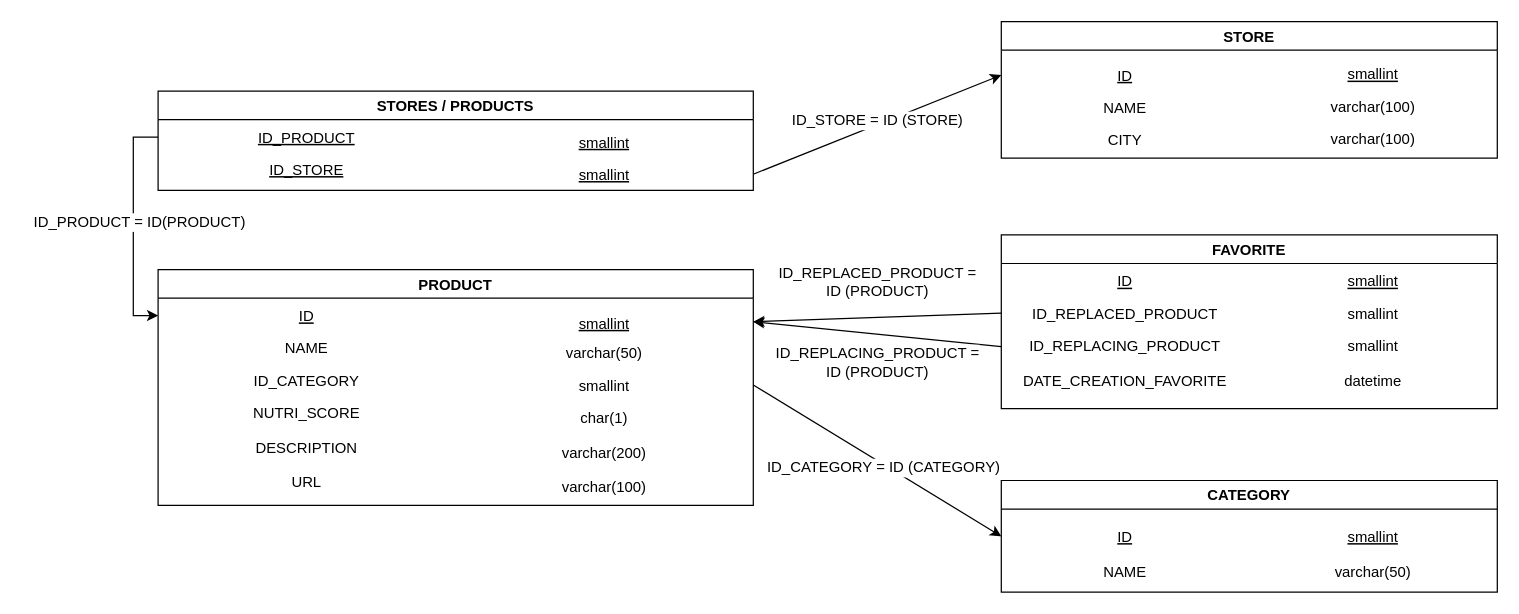
Earlier version of the draw.io diagram ModPhyBDD.drawio (vicsim181/Pur_Beurre). Source tidied: cells renumbered, new cells numbered last; positions are measured from the earlier drawing's top-left corner, leaving out a move shared by most shapes. Both pictures are drawn from the tidied source at 124%, with x=0, y=0 at pixel (21, 21).
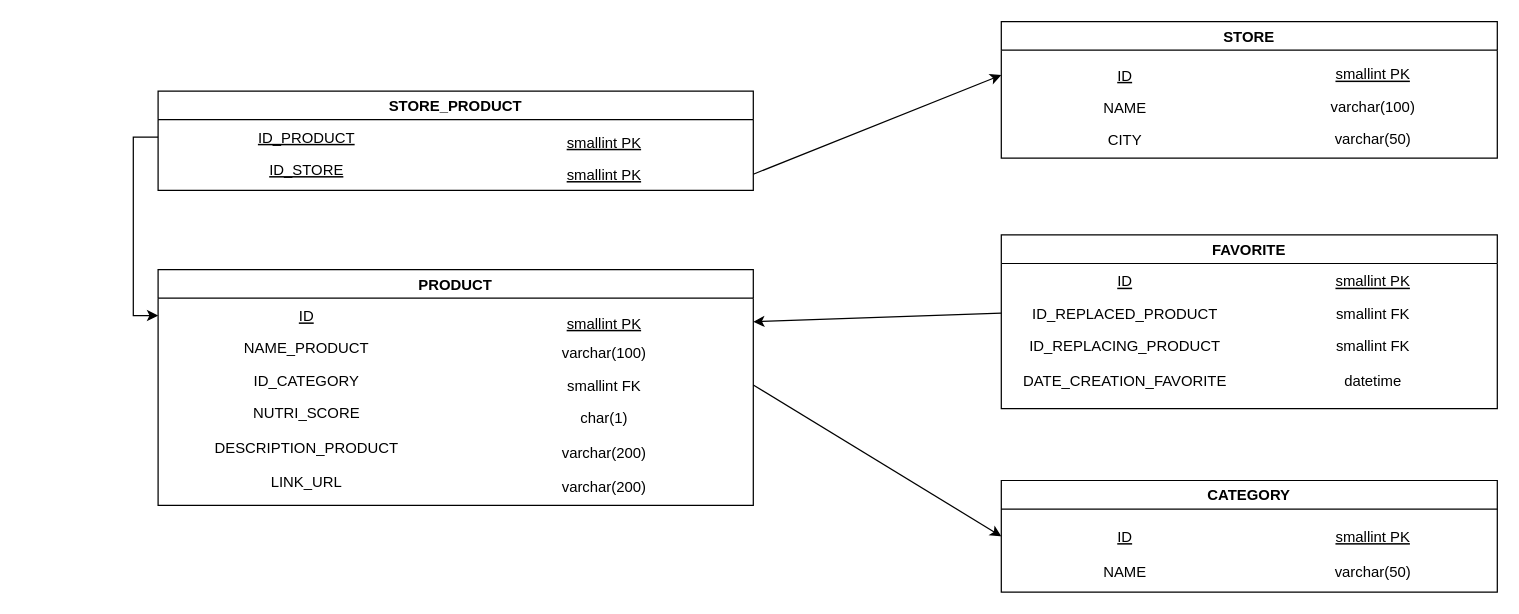
The same page after the edit.

The change refers to these unchanged cells:
```xml
<mxCell id="2" value="PRODUCT" style="swimlane;align=center;" parent="1" vertex="1">
  <mxGeometry x="110" y="200" width="480" height="190" as="geometry" />
</mxCell>
<mxCell id="9" value="CATEGORY" style="swimlane;" parent="1" vertex="1">
  <mxGeometry x="790" y="370" width="400" height="90" as="geometry" />
</mxCell>
<mxCell id="14" value="STORE" style="swimlane;" parent="1" vertex="1">
  <mxGeometry x="790" width="400" height="110" as="geometry" />
</mxCell>
<mxCell id="21" value="FAVORITE" style="swimlane;" parent="1" vertex="1">
  <mxGeometry x="790" y="172" width="400" height="140" as="geometry" />
</mxCell>
<mxCell id="22" value="ID_REPLACING_PRODUCT" style="text;strokeColor=none;fillColor=none;align=center;verticalAlign=top;spacingLeft=4;spacingRight=4;overflow=hidden;points=[[0,0.5],[1,0.5]];portConstraint=eastwest;fontStyle=0;" parent="21" vertex="1">
  <mxGeometry y="76" width="200" height="28" as="geometry" />
</mxCell>
```

Change to the diagram source:
```diff
@@
-    <mxCell id="3" value="NAME" style="text;strokeColor=none;fillColor=none;align=center;verticalAlign=top;spacingLeft=4;spacingRight=4;overflow=hidden;fontStyle=0;" parent="2" vertex="1">
+    <mxCell id="3" value="NAME_PRODUCT" style="text;strokeColor=none;fillColor=none;align=center;verticalAlign=top;spacingLeft=4;spacingRight=4;overflow=hidden;fontStyle=0;" parent="2" vertex="1">
       <mxGeometry y="50" width="240" height="26" as="geometry" />
     </mxCell>
@@
-    <mxCell id="7" value="DESCRIPTION" style="text;strokeColor=none;fillColor=none;align=center;verticalAlign=top;spacingLeft=4;spacingRight=4;overflow=hidden;fontStyle=0;" parent="2" vertex="1">
+    <mxCell id="7" value="DESCRIPTION_PRODUCT" style="text;strokeColor=none;fillColor=none;align=center;verticalAlign=top;spacingLeft=4;spacingRight=4;overflow=hidden;fontStyle=0;" parent="2" vertex="1">
       <mxGeometry y="130" width="240" height="28" as="geometry" />
     </mxCell>
-    <mxCell id="8" value="URL" style="text;strokeColor=none;fillColor=none;align=center;verticalAlign=top;spacingLeft=4;spacingRight=4;overflow=hidden;fontStyle=0;" parent="2" vertex="1">
+    <mxCell id="8" value="LINK_URL" style="text;strokeColor=none;fillColor=none;align=center;verticalAlign=top;spacingLeft=4;spacingRight=4;overflow=hidden;fontStyle=0;" parent="2" vertex="1">
       <mxGeometry y="158" width="240" height="28" as="geometry" />
     </mxCell>
@@
-    <mxCell id="13" value="smallint" style="text;strokeColor=none;fillColor=none;align=center;verticalAlign=top;spacingLeft=4;spacingRight=4;overflow=hidden;fontStyle=4;" parent="9" vertex="1">
+    <mxCell id="13" value="smallint PK" style="text;strokeColor=none;fillColor=none;align=center;verticalAlign=top;spacingLeft=4;spacingRight=4;overflow=hidden;fontStyle=4;" parent="9" vertex="1">
       <mxGeometry x="200" y="32" width="200" height="26" as="geometry" />
     </mxCell>
@@
-    <mxCell id="19" value="smallint" style="text;strokeColor=none;fillColor=none;align=center;verticalAlign=top;spacingLeft=4;spacingRight=4;overflow=hidden;fontStyle=4;" parent="14" vertex="1">
+    <mxCell id="19" value="smallint PK" style="text;strokeColor=none;fillColor=none;align=center;verticalAlign=top;spacingLeft=4;spacingRight=4;overflow=hidden;fontStyle=4;" parent="14" vertex="1">
       <mxGeometry x="200" y="29" width="200" height="26" as="geometry" />
     </mxCell>
-    <mxCell id="20" value="varchar(100)" style="text;strokeColor=none;fillColor=none;align=center;verticalAlign=top;spacingLeft=4;spacingRight=4;overflow=hidden;fontStyle=0;" parent="14" vertex="1">
+    <mxCell id="20" value="varchar(50)" style="text;strokeColor=none;fillColor=none;align=center;verticalAlign=top;spacingLeft=4;spacingRight=4;overflow=hidden;fontStyle=0;" parent="14" vertex="1">
       <mxGeometry x="200" y="81" width="200" height="28" as="geometry" />
     </mxCell>
@@
-    <mxCell id="26" value="smallint" style="text;strokeColor=none;fillColor=none;align=center;verticalAlign=top;spacingLeft=4;spacingRight=4;overflow=hidden;fontStyle=0;" parent="21" vertex="1">
+    <mxCell id="26" value="smallint FK" style="text;strokeColor=none;fillColor=none;align=center;verticalAlign=top;spacingLeft=4;spacingRight=4;overflow=hidden;fontStyle=0;" parent="21" vertex="1">
       <mxGeometry x="200" y="76" width="200" height="28" as="geometry" />
     </mxCell>
-    <mxCell id="27" value="smallint" style="text;strokeColor=none;fillColor=none;align=center;verticalAlign=top;spacingLeft=4;spacingRight=4;overflow=hidden;fontStyle=0;" parent="21" vertex="1">
+    <mxCell id="27" value="smallint FK" style="text;strokeColor=none;fillColor=none;align=center;verticalAlign=top;spacingLeft=4;spacingRight=4;overflow=hidden;fontStyle=0;" parent="21" vertex="1">
       <mxGeometry x="200" y="50" width="200" height="26" as="geometry" />
     </mxCell>
@@
-    <mxCell id="29" value="smallint" style="text;strokeColor=none;fillColor=none;align=center;verticalAlign=top;spacingLeft=4;spacingRight=4;overflow=hidden;fontStyle=4;" parent="21" vertex="1">
+    <mxCell id="29" value="smallint PK" style="text;strokeColor=none;fillColor=none;align=center;verticalAlign=top;spacingLeft=4;spacingRight=4;overflow=hidden;fontStyle=4;" parent="21" vertex="1">
       <mxGeometry x="200" y="24" width="200" height="26" as="geometry" />
     </mxCell>
@@
-    <mxCell id="32" style="edgeStyle=none;rounded=0;jettySize=auto;html=1;endArrow=classic;endFill=1;exitX=0;exitY=0.5;exitDx=0;exitDy=0;entryX=1;entryY=0.5;entryDx=0;entryDy=0;" parent="1" edge="1" source="22" target="43">
-      <mxGeometry relative="1" as="geometry" />
-    </mxCell>
-    <mxCell id="33" value="STORES / PRODUCTS" style="swimlane;align=center;" parent="1" vertex="1">
+    <mxCell id="33" value="STORE_PRODUCT" style="swimlane;align=center;" parent="1" vertex="1">
       <mxGeometry x="110" y="56" width="480" height="80" as="geometry" />
     </mxCell>
@@
-    <mxCell id="36" value="smallint" style="text;strokeColor=none;fillColor=none;align=center;verticalAlign=top;spacingLeft=4;spacingRight=4;overflow=hidden;fontStyle=4;" parent="33" vertex="1">
+    <mxCell id="36" value="smallint PK" style="text;strokeColor=none;fillColor=none;align=center;verticalAlign=top;spacingLeft=4;spacingRight=4;overflow=hidden;fontStyle=4;" parent="33" vertex="1">
       <mxGeometry x="240" y="28" width="240" height="26" as="geometry" />
     </mxCell>
-    <mxCell id="37" value="smallint" style="text;strokeColor=none;fillColor=none;align=center;verticalAlign=top;spacingLeft=4;spacingRight=4;overflow=hidden;points=[[0,0.5],[1,0.5]];portConstraint=eastwest;fontStyle=4;" parent="33" vertex="1">
+    <mxCell id="37" value="smallint PK" style="text;strokeColor=none;fillColor=none;align=center;verticalAlign=top;spacingLeft=4;spacingRight=4;overflow=hidden;points=[[0,0.5],[1,0.5]];portConstraint=eastwest;fontStyle=4;" parent="33" vertex="1">
       <mxGeometry x="240" y="54" width="240" height="26" as="geometry" />
     </mxCell>
@@
-    <mxCell id="40" value="varchar(50)" style="text;strokeColor=none;fillColor=none;align=center;verticalAlign=top;spacingLeft=4;spacingRight=4;overflow=hidden;fontStyle=0;" parent="1" vertex="1">
+    <mxCell id="40" value="varchar(100)" style="text;strokeColor=none;fillColor=none;align=center;verticalAlign=top;spacingLeft=4;spacingRight=4;overflow=hidden;fontStyle=0;" parent="1" vertex="1">
       <mxGeometry x="350" y="254" width="240" height="26" as="geometry" />
     </mxCell>
-    <mxCell id="41" value="smallint" style="text;strokeColor=none;fillColor=none;align=center;verticalAlign=top;spacingLeft=4;spacingRight=4;overflow=hidden;points=[[0,0.5],[1,0.5]];portConstraint=eastwest;fontStyle=0;" parent="1" vertex="1">
+    <mxCell id="41" value="smallint FK" style="text;strokeColor=none;fillColor=none;align=center;verticalAlign=top;spacingLeft=4;spacingRight=4;overflow=hidden;points=[[0,0.5],[1,0.5]];portConstraint=eastwest;fontStyle=0;" parent="1" vertex="1">
       <mxGeometry x="350" y="280" width="240" height="26" as="geometry" />
     </mxCell>
@@
-    <mxCell id="43" value="smallint" style="text;strokeColor=none;fillColor=none;align=center;verticalAlign=top;spacingLeft=4;spacingRight=4;overflow=hidden;points=[[0,0.5],[1,0.5]];portConstraint=eastwest;fontStyle=4;fontSize=12;" parent="1" vertex="1">
+    <mxCell id="43" value="smallint PK" style="text;strokeColor=none;fillColor=none;align=center;verticalAlign=top;spacingLeft=4;spacingRight=4;overflow=hidden;points=[[0,0.5],[1,0.5]];portConstraint=eastwest;fontStyle=4;fontSize=12;" parent="1" vertex="1">
       <mxGeometry x="350" y="230" width="240" height="24" as="geometry" />
     </mxCell>
@@
-    <mxCell id="45" value="varchar(100)" style="text;strokeColor=none;fillColor=none;align=center;verticalAlign=top;spacingLeft=4;spacingRight=4;overflow=hidden;fontStyle=0;" parent="1" vertex="1">
+    <mxCell id="45" value="varchar(200)" style="text;strokeColor=none;fillColor=none;align=center;verticalAlign=top;spacingLeft=4;spacingRight=4;overflow=hidden;fontStyle=0;" parent="1" vertex="1">
       <mxGeometry x="350" y="362" width="240" height="28" as="geometry" />
     </mxCell>
-    <mxCell id="46" value="ID_PRODUCT = ID(PRODUCT)" style="text;html=1;align=center;verticalAlign=middle;fontSize=12;labelBackgroundColor=#ffffff;" parent="1" vertex="1">
-      <mxGeometry y="152" width="190" height="20" as="geometry" />
-    </mxCell>
-    <mxCell id="47" value="ID_CATEGORY = ID (CATEGORY)" style="text;html=1;align=center;verticalAlign=middle;fontSize=12;labelBackgroundColor=#ffffff;" parent="1" vertex="1">
-      <mxGeometry x="595" y="350" width="200" height="20" as="geometry" />
-    </mxCell>
-    <mxCell id="48" value="ID_STORE = ID (STORE)" style="text;html=1;align=center;verticalAlign=middle;fontSize=12;labelBackgroundColor=#ffffff;" parent="1" vertex="1">
-      <mxGeometry x="615" y="70" width="150" height="20" as="geometry" />
-    </mxCell>
-    <mxCell id="49" value="ID_REPLACED_PRODUCT = &lt;br&gt;ID (PRODUCT)" style="text;html=1;align=center;verticalAlign=middle;fontSize=12;labelBackgroundColor=#ffffff;" parent="1" vertex="1">
-      <mxGeometry x="600" y="195" width="180" height="30" as="geometry" />
-    </mxCell>
-    <mxCell id="50" value="ID_REPLACING_PRODUCT = &lt;br&gt;ID (PRODUCT)" style="text;html=1;align=center;verticalAlign=middle;fontSize=12;labelBackgroundColor=#ffffff;" parent="1" vertex="1">
-      <mxGeometry x="600" y="260" width="180" height="30" as="geometry" />
-    </mxCell>
```
